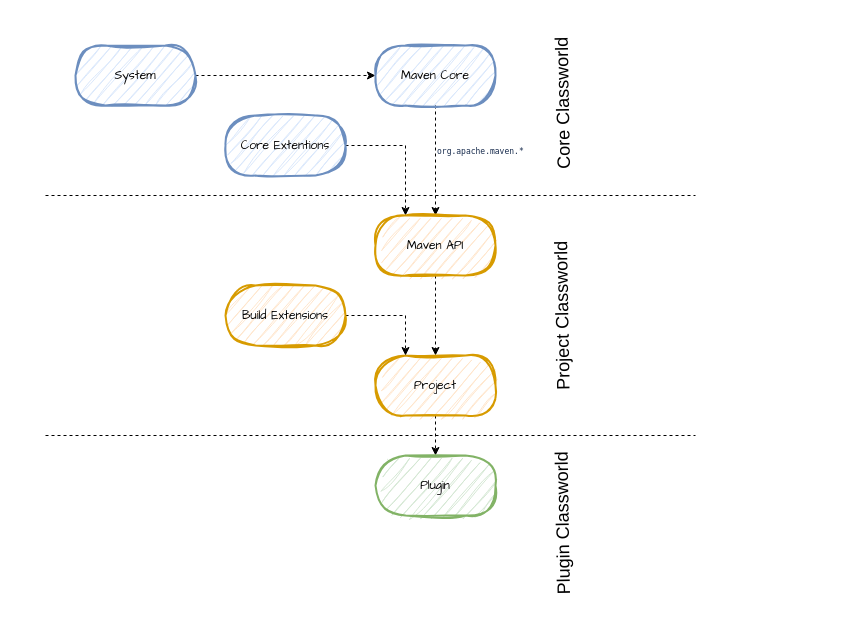
Before: page "classWorlds" (2 of 2) of assets/images/maven.drawio in HomeOfTheWizard/HomeOfTheWizard.github.io, a draw.io diagram. Source tidied: cells renumbered, new cells numbered last; positions are measured from the earlier drawing's top-left corner, leaving out a move shared by most shapes. Both pictures are drawn from the tidied source at 100%, with x=0, y=0 at pixel (45, 45).
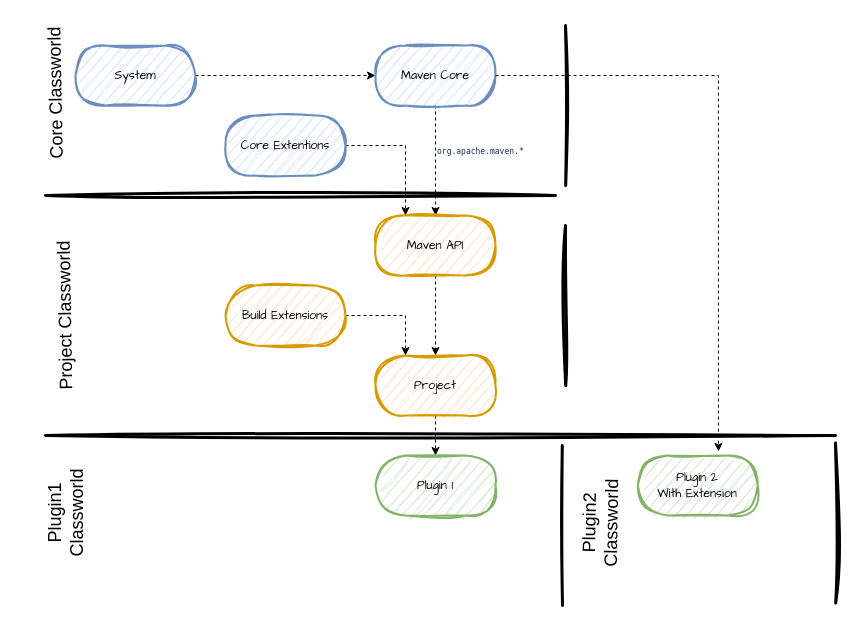
The same diagram, later.

The change refers to these unchanged cells:
```xml
<mxCell id="5" value="&lt;font face=&quot;Comic Sans MS&quot;&gt;Maven Core&lt;/font&gt;" style="rounded=1;whiteSpace=wrap;html=1;sketch=1;curveFitting=1;jiggle=2;strokeWidth=2;fillColor=#dae8fc;strokeColor=#6c8ebf;arcSize=50;" parent="1" vertex="1">
  <mxGeometry x="330" width="120" height="60" as="geometry" />
</mxCell>
```

The edit, as a diff of the source:
```diff
@@
-    <mxCell id="12" value="&lt;font face=&quot;Comic Sans MS&quot;&gt;Plugin&lt;/font&gt;" style="rounded=1;whiteSpace=wrap;html=1;sketch=1;curveFitting=1;jiggle=2;strokeWidth=2;fillColor=#d5e8d4;strokeColor=#82b366;arcSize=50;" parent="1" vertex="1">
+    <mxCell id="12" value="&lt;font face=&quot;Comic Sans MS&quot;&gt;Plugin 1&lt;/font&gt;" style="rounded=1;whiteSpace=wrap;html=1;sketch=1;curveFitting=1;jiggle=2;strokeWidth=2;fillColor=#d5e8d4;strokeColor=#82b366;arcSize=50;" parent="1" vertex="1">
       <mxGeometry x="330" y="410" width="120" height="60" as="geometry" />
     </mxCell>
@@
-    <mxCell id="15" style="endArrow=none;dashed=1;html=1;rounded=0;" parent="1" edge="1">
+    <mxCell id="15" style="endArrow=none;html=1;rounded=0;strokeWidth=3;sketch=1;curveFitting=1;jiggle=2;" parent="1" edge="1">
       <mxGeometry relative="1" as="geometry">
         <mxPoint y="150" as="sourcePoint" />
-        <mxPoint x="650" y="150" as="targetPoint" />
+        <mxPoint x="510" y="150" as="targetPoint" />
       </mxGeometry>
     </mxCell>
-    <mxCell id="16" style="endArrow=none;dashed=1;html=1;rounded=0;" parent="1" edge="1">
+    <mxCell id="16" style="endArrow=none;html=1;rounded=0;sketch=1;curveFitting=1;jiggle=2;strokeWidth=3;" parent="1" edge="1">
       <mxGeometry relative="1" as="geometry">
         <mxPoint y="390" as="sourcePoint" />
-        <mxPoint x="650" y="390" as="targetPoint" />
+        <mxPoint x="790" y="390" as="targetPoint" />
       </mxGeometry>
     </mxCell>
     <mxCell id="17" value="Core Classworld" style="text;html=1;align=center;verticalAlign=middle;whiteSpace=wrap;rounded=0;rotation=-91;fontSize=18;" parent="1" vertex="1">
-      <mxGeometry x="442.3" y="20" width="150" height="75" as="geometry" />
+      <mxGeometry x="-65" y="10" width="150" height="75" as="geometry" />
     </mxCell>
     <mxCell id="18" value="Project Classworld" style="text;html=1;align=center;verticalAlign=middle;whiteSpace=wrap;rounded=0;rotation=-91;fontSize=18;" parent="1" vertex="1">
-      <mxGeometry x="432.3" y="230" width="170" height="80" as="geometry" />
+      <mxGeometry x="-65" y="230" width="170" height="80" as="geometry" />
     </mxCell>
-    <mxCell id="19" value="Plugin Classworld" style="text;html=1;align=center;verticalAlign=middle;whiteSpace=wrap;rounded=0;rotation=-91;fontSize=18;" parent="1" vertex="1">
-      <mxGeometry x="442.3" y="440" width="150" height="75" as="geometry" />
+    <mxCell id="19" value="Plugin1 Classworld" style="text;html=1;align=center;verticalAlign=middle;whiteSpace=wrap;rounded=0;rotation=-90;fontSize=18;" parent="1" vertex="1">
+      <mxGeometry x="-55" y="430" width="150" height="75" as="geometry" />
     </mxCell>
@@
+    <mxCell id="21" value="&lt;font face=&quot;Comic Sans MS&quot;&gt;Plugin 2 &lt;br&gt;With Extension&lt;/font&gt;" style="rounded=1;whiteSpace=wrap;html=1;sketch=1;curveFitting=1;jiggle=2;strokeWidth=2;fillColor=#d5e8d4;strokeColor=#82b366;arcSize=50;" parent="1" vertex="1">
+      <mxGeometry x="592.3" y="410" width="120" height="60" as="geometry" />
+    </mxCell>
+    <mxCell id="22" style="edgeStyle=orthogonalEdgeStyle;rounded=0;jettySize=auto;html=1;entryX=0.672;entryY=-0.067;entryDx=0;entryDy=0;entryPerimeter=0;dashed=1;" parent="1" edge="1" source="5" target="21">
+      <mxGeometry relative="1" as="geometry" />
+    </mxCell>
+    <mxCell id="23" value="Plugin2 Classworld" style="text;html=1;align=center;verticalAlign=middle;whiteSpace=wrap;rounded=0;rotation=-89;fontSize=18;" parent="1" vertex="1">
+      <mxGeometry x="480" y="440" width="150" height="75" as="geometry" />
+    </mxCell>
+    <mxCell id="24" style="endArrow=none;html=1;rounded=0;sketch=1;curveFitting=1;jiggle=2;strokeWidth=3;" parent="1" edge="1">
+      <mxGeometry relative="1" as="geometry">
+        <mxPoint x="517" y="560" as="sourcePoint" />
+        <mxPoint x="516.8" y="400" as="targetPoint" />
+      </mxGeometry>
+    </mxCell>
+    <mxCell id="25" style="endArrow=none;html=1;rounded=0;sketch=1;curveFitting=1;jiggle=2;strokeWidth=3;" parent="1" edge="1">
+      <mxGeometry relative="1" as="geometry">
+        <mxPoint x="520.2" y="340" as="sourcePoint" />
+        <mxPoint x="520" y="180" as="targetPoint" />
+      </mxGeometry>
+    </mxCell>
+    <mxCell id="26" style="endArrow=none;html=1;rounded=0;sketch=1;curveFitting=1;jiggle=2;strokeWidth=3;" parent="1" edge="1">
+      <mxGeometry relative="1" as="geometry">
+        <mxPoint x="520.2" y="140" as="sourcePoint" />
+        <mxPoint x="520" y="-20" as="targetPoint" />
+      </mxGeometry>
+    </mxCell>
+    <mxCell id="27" style="endArrow=none;html=1;rounded=0;sketch=1;curveFitting=1;jiggle=2;strokeWidth=3;" parent="1" edge="1">
+      <mxGeometry relative="1" as="geometry">
+        <mxPoint x="790.2" y="557.5" as="sourcePoint" />
+        <mxPoint x="790" y="397.5" as="targetPoint" />
+      </mxGeometry>
+    </mxCell>
```
